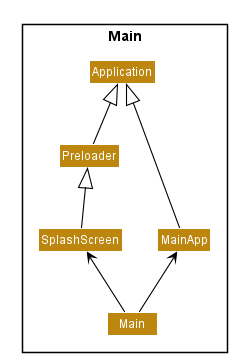
Before: docs/images/MainClassDiagram.png, a diagram exported from PlantUML (nus-cs2103-AY1920S2/addressbook-level3).
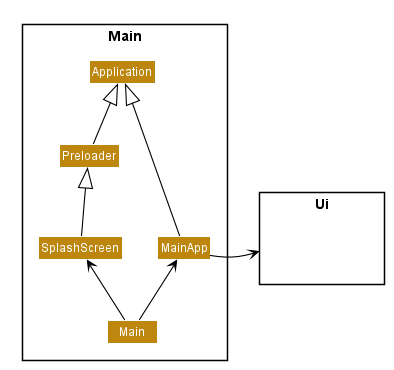
After the change.

Diff of the diagram source:
```diff
@@ -61,12 +61,18 @@
     Class Application
 }
 
+package Ui <<Rectangle>> {
+    Class HiddenUi #FFFFFF
+}
+
 MainApp -up-|> Application
 Preloader -up-|> Application
 SplashScreen -up-|> Preloader
+SplashScreen -right[hidden]- MainApp
 
 Main -up-> SplashScreen
 Main -up-> MainApp
 
-SplashScreen -right[hidden]- MainApp
+MainApp -right-> Ui
+
 @enduml
```
